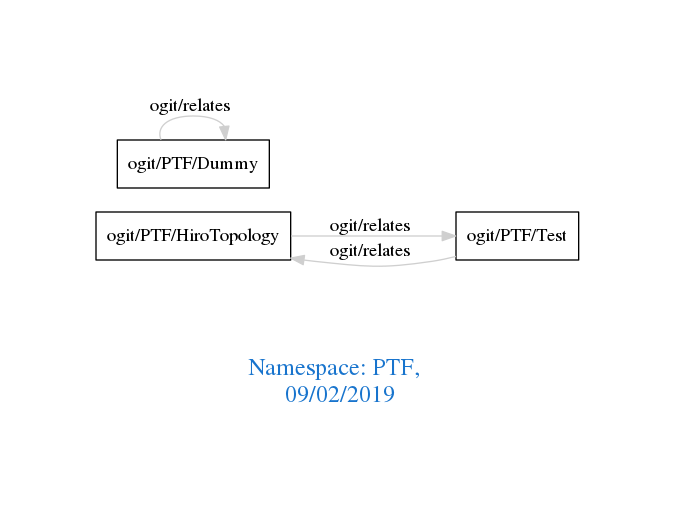
Above: downloads/PTF.png in arago/OGIT (Graphviz), before the change. Its source is kept beside it as downloads/PTF.dot.
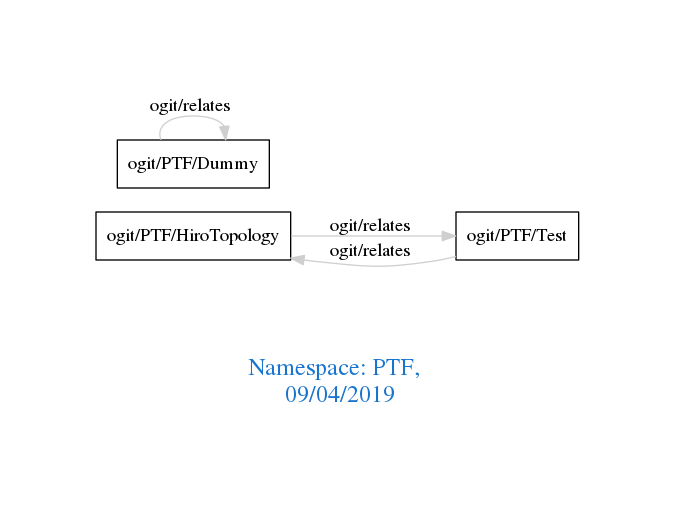
The same file after the commit.

The edit, as a diff of the source:
```diff
@@ -1,7 +1,7 @@
 digraph OGIT_ontology {
  graph [ rankdir= LR,pad=1
 fontsize = 18,
-fontcolor= dodgerblue3,label = "\n\n\nNamespace: PTF, \n 09/02/2019"];
+fontcolor= dodgerblue3,label = "\n\n\nNamespace: PTF, \n 09/04/2019"];
 node[shape=polygon];
 edge [  color="gray81"];
 
```
